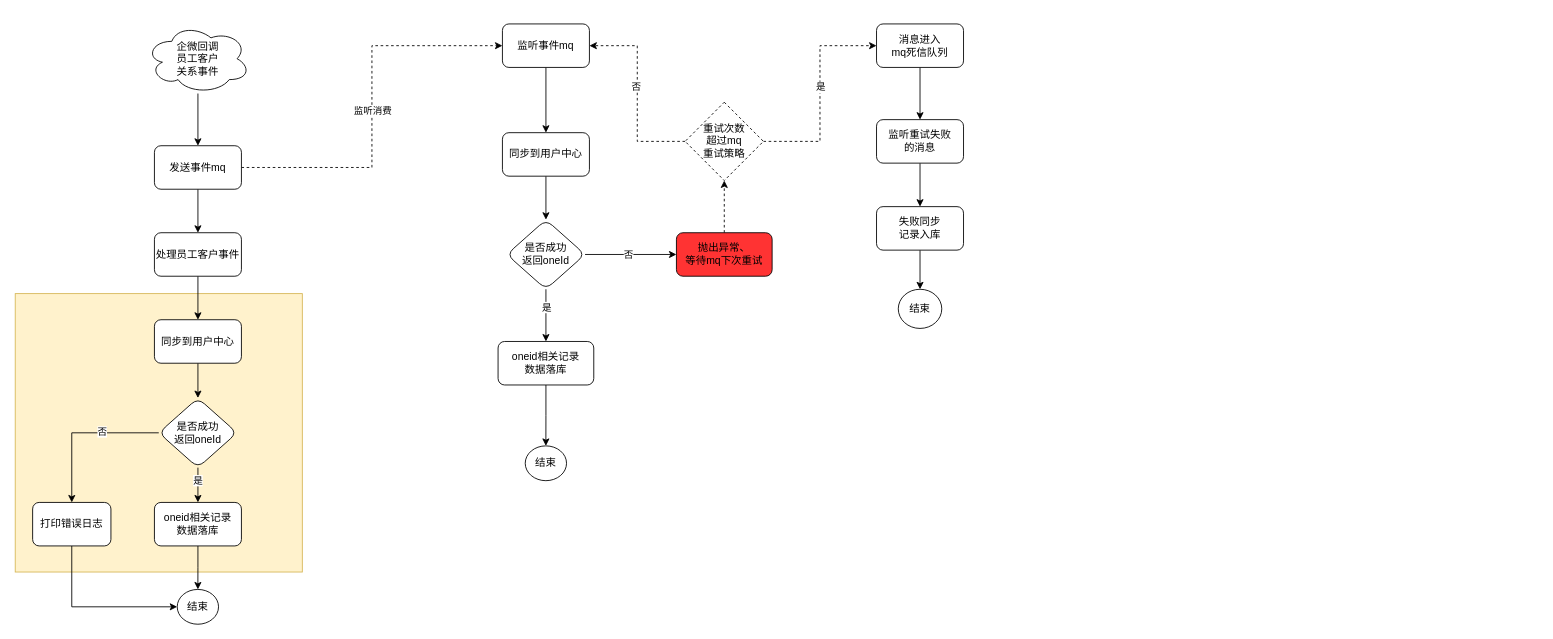
This is oneId同步保障机制.drawio from 330129161/draw.io, a draw.io file, before an edit. Source tidied: cells renumbered, new cells numbered last; positions are measured from the earlier drawing's top-left corner, leaving out a move shared by most shapes. Both pictures are drawn from the tidied source at 87%, with x=0, y=0 at pixel (15, 23).
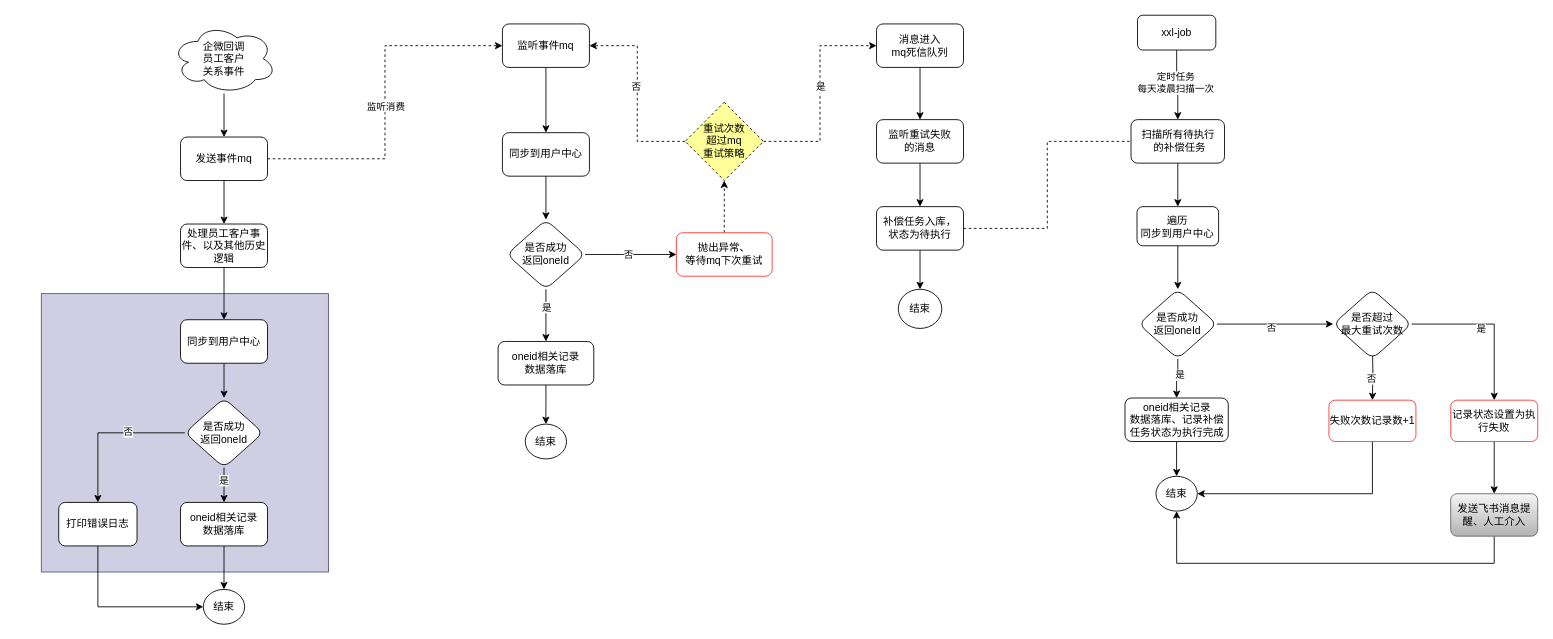
Above is the later version.

Commit message (it also covers changes not shown here):
更新oneId同步保障机制.drawio

Change to the diagram source:
```diff
@@
-    <mxCell id="2" style="rounded=0;whiteSpace=wrap;html=1;fillColor=#fff2cc;strokeColor=#d6b656;" parent="1" vertex="1">
-      <mxGeometry y="310" width="330" height="320" as="geometry" />
+    <mxCell id="2" style="rounded=0;whiteSpace=wrap;html=1;fillColor=#d0cee2;strokeColor=#56517e;" parent="1" vertex="1">
+      <mxGeometry x="30" y="310" width="330" height="320" as="geometry" />
     </mxCell>
@@
-    <mxCell id="4" value="处理员工客户事件" style="rounded=1;whiteSpace=wrap;html=1;" parent="1" vertex="1">
-      <mxGeometry x="160" y="240" width="100" height="50" as="geometry" />
+    <mxCell id="4" value="处理员工客户事件、以及其他历史逻辑" style="rounded=1;whiteSpace=wrap;html=1;" parent="1" vertex="1">
+      <mxGeometry x="190" y="230" width="100" height="50" as="geometry" />
     </mxCell>
@@
     <mxCell id="6" value="企微回调&lt;br&gt;员工客户&lt;br&gt;关系事件" style="ellipse;shape=cloud;whiteSpace=wrap;html=1;" parent="1" vertex="1">
-      <mxGeometry x="150" width="120" height="80" as="geometry" />
+      <mxGeometry x="180" width="120" height="80" as="geometry" />
     </mxCell>
@@
     <mxCell id="8" value="同步到用户中心" style="rounded=1;whiteSpace=wrap;html=1;" parent="1" vertex="1">
-      <mxGeometry x="160" y="340" width="100" height="50" as="geometry" />
+      <mxGeometry x="190" y="340" width="100" height="50" as="geometry" />
     </mxCell>
@@
     <mxCell id="13" value="是否成功&lt;br&gt;返回oneId" style="rhombus;whiteSpace=wrap;html=1;rounded=1;" parent="1" vertex="1">
-      <mxGeometry x="165" y="430" width="90" height="80" as="geometry" />
+      <mxGeometry x="195" y="430" width="90" height="80" as="geometry" />
     </mxCell>
@@
     <mxCell id="15" value="oneid相关记录&lt;br&gt;数据落库" style="whiteSpace=wrap;html=1;rounded=1;" parent="1" vertex="1">
-      <mxGeometry x="160" y="550" width="100" height="50" as="geometry" />
+      <mxGeometry x="190" y="550" width="100" height="50" as="geometry" />
     </mxCell>
@@
     <mxCell id="17" value="打印错误日志" style="whiteSpace=wrap;html=1;rounded=1;" parent="1" vertex="1">
-      <mxGeometry x="20" y="550" width="90" height="50" as="geometry" />
+      <mxGeometry x="50" y="550" width="90" height="50" as="geometry" />
     </mxCell>
     <mxCell id="18" value="结束" style="ellipse;whiteSpace=wrap;html=1;rounded=1;" parent="1" vertex="1">
-      <mxGeometry x="186.2" y="650" width="47.5" height="40" as="geometry" />
+      <mxGeometry x="216.2" y="650" width="47.5" height="40" as="geometry" />
     </mxCell>
@@
     <mxCell id="22" value="发送事件mq" style="rounded=1;whiteSpace=wrap;html=1;" parent="1" vertex="1">
-      <mxGeometry x="160" y="140" width="100" height="50" as="geometry" />
+      <mxGeometry x="190" y="130" width="100" height="50" as="geometry" />
     </mxCell>
@@
-    <mxCell id="35" value="抛出异常、&lt;br&gt;等待mq下次重试" style="whiteSpace=wrap;html=1;rounded=1;fillColor=#FF3333;" parent="1" vertex="1">
+    <mxCell id="35" value="抛出异常、&lt;br&gt;等待mq下次重试" style="whiteSpace=wrap;html=1;rounded=1;fillColor=#FFFFFF;strokeColor=#FF3333;" parent="1" vertex="1">
       <mxGeometry x="760" y="240" width="110" height="50" as="geometry" />
     </mxCell>
     <mxCell id="36" value="结束" style="ellipse;whiteSpace=wrap;html=1;rounded=1;" parent="1" vertex="1">
-      <mxGeometry x="586.2" y="485" width="47.5" height="40" as="geometry" />
+      <mxGeometry x="586.2" y="460" width="47.5" height="40" as="geometry" />
     </mxCell>
@@
-    <mxCell id="41" value="重试次数&lt;br style=&quot;border-color: var(--border-color);&quot;&gt;超过mq&lt;br&gt;重试策略" style="rhombus;whiteSpace=wrap;html=1;dashed=1;" parent="1" vertex="1">
+    <mxCell id="41" value="重试次数&lt;br style=&quot;border-color: var(--border-color);&quot;&gt;超过mq&lt;br&gt;重试策略" style="rhombus;whiteSpace=wrap;html=1;dashed=1;fillColor=#FFFF99;" parent="1" vertex="1">
       <mxGeometry x="770" y="90" width="90" height="90" as="geometry" />
     </mxCell>
@@
+    <mxCell id="49" style="edgeStyle=orthogonalEdgeStyle;rounded=0;jettySize=auto;html=1;entryX=0;entryY=0.5;entryDx=0;entryDy=0;dashed=1;endArrow=none;endFill=0;" parent="1" edge="1" source="47" target="54">
+      <mxGeometry relative="1" as="geometry" />
+    </mxCell>
-    <mxCell id="47" value="失败同步&lt;br&gt;记录入库" style="whiteSpace=wrap;html=1;rounded=1;" parent="1" vertex="1">
+    <mxCell id="47" value="补偿任务入库，&lt;br&gt;状态为待执行" style="whiteSpace=wrap;html=1;rounded=1;" parent="1" vertex="1">
       <mxGeometry x="990" y="210" width="100" height="50" as="geometry" />
     </mxCell>
@@
+    <mxCell id="50" style="edgeStyle=orthogonalEdgeStyle;rounded=0;jettySize=auto;html=1;" parent="1" edge="1" source="52" target="54">
+      <mxGeometry relative="1" as="geometry" />
+    </mxCell>
+    <mxCell id="51" value="定时任务&lt;br&gt;每天凌晨扫描一次" style="edgeLabel;html=1;align=center;verticalAlign=middle;" parent="50" vertex="1">
+      <mxGeometry x="-0.09" y="-2" relative="1" as="geometry" />
+    </mxCell>
+    <mxCell id="52" value="xxl-job" style="rounded=1;whiteSpace=wrap;html=1;" parent="1" vertex="1">
+      <mxGeometry x="1290" y="-10" width="90" height="40" as="geometry" />
+    </mxCell>
+    <mxCell id="53" style="edgeStyle=orthogonalEdgeStyle;rounded=0;jettySize=auto;html=1;" parent="1" edge="1" source="54" target="56">
+      <mxGeometry relative="1" as="geometry" />
+    </mxCell>
+    <mxCell id="54" value="扫描所有待执行&lt;br&gt;&amp;nbsp;的补偿任务" style="whiteSpace=wrap;html=1;rounded=1;" parent="1" vertex="1">
+      <mxGeometry x="1282.5" y="110" width="107.5" height="50" as="geometry" />
+    </mxCell>
+    <mxCell id="55" style="edgeStyle=orthogonalEdgeStyle;rounded=0;jettySize=auto;html=1;" parent="1" edge="1" source="56" target="61">
+      <mxGeometry relative="1" as="geometry" />
+    </mxCell>
+    <mxCell id="56" value="遍历&lt;br&gt;同步到用户中心" style="whiteSpace=wrap;html=1;rounded=1;" parent="1" vertex="1">
+      <mxGeometry x="1289.4" y="210" width="93.8" height="45" as="geometry" />
+    </mxCell>
+    <mxCell id="57" style="edgeStyle=orthogonalEdgeStyle;rounded=0;jettySize=auto;html=1;entryX=0.5;entryY=0;entryDx=0;entryDy=0;" parent="1" edge="1" source="61" target="63">
+      <mxGeometry relative="1" as="geometry" />
+    </mxCell>
+    <mxCell id="58" value="是" style="edgeLabel;html=1;align=center;verticalAlign=middle;" parent="57" vertex="1">
+      <mxGeometry x="-0.24" y="2" relative="1" as="geometry" />
+    </mxCell>
+    <mxCell id="59" style="edgeStyle=orthogonalEdgeStyle;rounded=0;jettySize=auto;html=1;" parent="1" edge="1" source="61" target="71">
+      <mxGeometry relative="1" as="geometry" />
+    </mxCell>
+    <mxCell id="60" value="否" style="edgeLabel;html=1;align=center;verticalAlign=middle;" parent="59" vertex="1">
+      <mxGeometry x="-0.07" y="-3" relative="1" as="geometry" />
+    </mxCell>
+    <mxCell id="61" value="是否成功&lt;br&gt;返回oneId" style="rhombus;whiteSpace=wrap;html=1;rounded=1;" parent="1" vertex="1">
+      <mxGeometry x="1291.3" y="305" width="90" height="80" as="geometry" />
+    </mxCell>
+    <mxCell id="62" style="edgeStyle=orthogonalEdgeStyle;rounded=0;jettySize=auto;html=1;" parent="1" edge="1" source="63" target="64">
+      <mxGeometry relative="1" as="geometry" />
+    </mxCell>
+    <mxCell id="63" value="oneid相关记录&lt;br&gt;数据落库、记录补偿任务状态为执行完成" style="whiteSpace=wrap;html=1;rounded=1;" parent="1" vertex="1">
+      <mxGeometry x="1275.6" y="430" width="118.7" height="50" as="geometry" />
+    </mxCell>
+    <mxCell id="64" value="结束" style="ellipse;whiteSpace=wrap;html=1;rounded=1;" parent="1" vertex="1">
+      <mxGeometry x="1311.2" y="520" width="47.5" height="40" as="geometry" />
+    </mxCell>
+    <mxCell id="65" style="edgeStyle=orthogonalEdgeStyle;rounded=0;jettySize=auto;html=1;entryX=1;entryY=0.5;entryDx=0;entryDy=0;" parent="1" edge="1" source="66" target="64">
+      <mxGeometry relative="1" as="geometry">
+        <Array as="points">
+          <mxPoint x="1560" y="540" />
+        </Array>
+      </mxGeometry>
+    </mxCell>
+    <mxCell id="66" value="失败次数记录数+1" style="whiteSpace=wrap;html=1;rounded=1;fillColor=#FFFFFF;strokeColor=#FF3333;" parent="1" vertex="1">
+      <mxGeometry x="1510" y="432.5" width="100" height="47.5" as="geometry" />
+    </mxCell>
+    <mxCell id="67" style="edgeStyle=orthogonalEdgeStyle;rounded=0;jettySize=auto;html=1;" parent="1" edge="1" target="66">
+      <mxGeometry relative="1" as="geometry">
+        <mxPoint x="1560" y="368.8" as="sourcePoint" />
+      </mxGeometry>
+    </mxCell>
+    <mxCell id="68" value="否" style="edgeLabel;html=1;align=center;verticalAlign=middle;" parent="67" vertex="1">
+      <mxGeometry x="0.21" y="-2" relative="1" as="geometry" />
+    </mxCell>
+    <mxCell id="69" style="edgeStyle=orthogonalEdgeStyle;rounded=0;jettySize=auto;html=1;entryX=0.5;entryY=0;entryDx=0;entryDy=0;" parent="1" edge="1" source="71" target="73">
+      <mxGeometry relative="1" as="geometry" />
+    </mxCell>
+    <mxCell id="70" value="是" style="edgeLabel;html=1;align=center;verticalAlign=middle;" parent="69" vertex="1">
+      <mxGeometry x="-0.12" y="-5" relative="1" as="geometry">
+        <mxPoint x="-1" as="offset" />
+      </mxGeometry>
+    </mxCell>
+    <mxCell id="71" value="是否超过&lt;br&gt;最大重试次数" style="rhombus;whiteSpace=wrap;html=1;rounded=1;" parent="1" vertex="1">
+      <mxGeometry x="1515" y="305" width="90" height="80" as="geometry" />
+    </mxCell>
+    <mxCell id="72" style="edgeStyle=orthogonalEdgeStyle;rounded=0;jettySize=auto;html=1;" parent="1" edge="1" source="73" target="75">
+      <mxGeometry relative="1" as="geometry" />
+    </mxCell>
+    <mxCell id="73" value="记录状态设置为执行失败" style="whiteSpace=wrap;html=1;rounded=1;strokeColor=#FF3333;" parent="1" vertex="1">
+      <mxGeometry x="1650" y="432.5" width="100" height="47.5" as="geometry" />
+    </mxCell>
+    <mxCell id="74" style="edgeStyle=orthogonalEdgeStyle;rounded=0;jettySize=auto;html=1;entryX=0.5;entryY=1;entryDx=0;entryDy=0;exitX=0.5;exitY=1;exitDx=0;exitDy=0;" parent="1" edge="1" source="75" target="64">
+      <mxGeometry relative="1" as="geometry">
+        <Array as="points">
+          <mxPoint x="1700" y="620" />
+          <mxPoint x="1335" y="620" />
+        </Array>
+      </mxGeometry>
+    </mxCell>
+    <mxCell id="75" value="发送飞书消息提醒、人工介入" style="whiteSpace=wrap;html=1;rounded=1;fillColor=#f5f5f5;gradientColor=#b3b3b3;strokeColor=#666666;" parent="1" vertex="1">
+      <mxGeometry x="1650" y="540" width="100" height="48.8" as="geometry" />
+    </mxCell>
```
